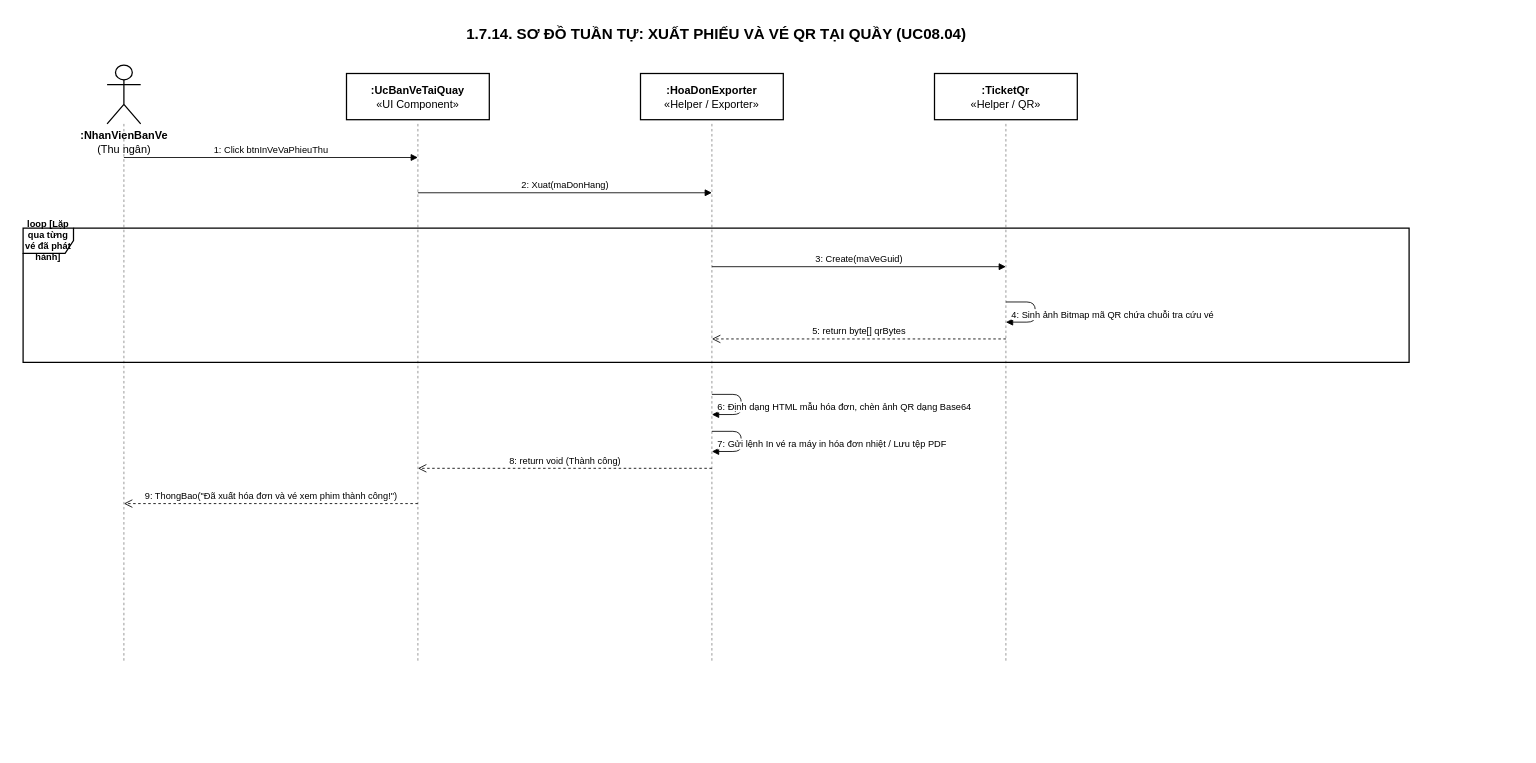
ThanhDat-png/YeuMinhEmCinema keeps this draw.io diagram as Docs/Diagrams/23-Sequence-14-XuatPhieuVaQrQuay.drawio. Above is the earlier version. Source tidied: cells renumbered, new cells numbered last; positions are measured from the earlier drawing's top-left corner, leaving out a move shared by most shapes. Both pictures are drawn from the tidied source at 84%, with x=0, y=0 at pixel (23, 18).
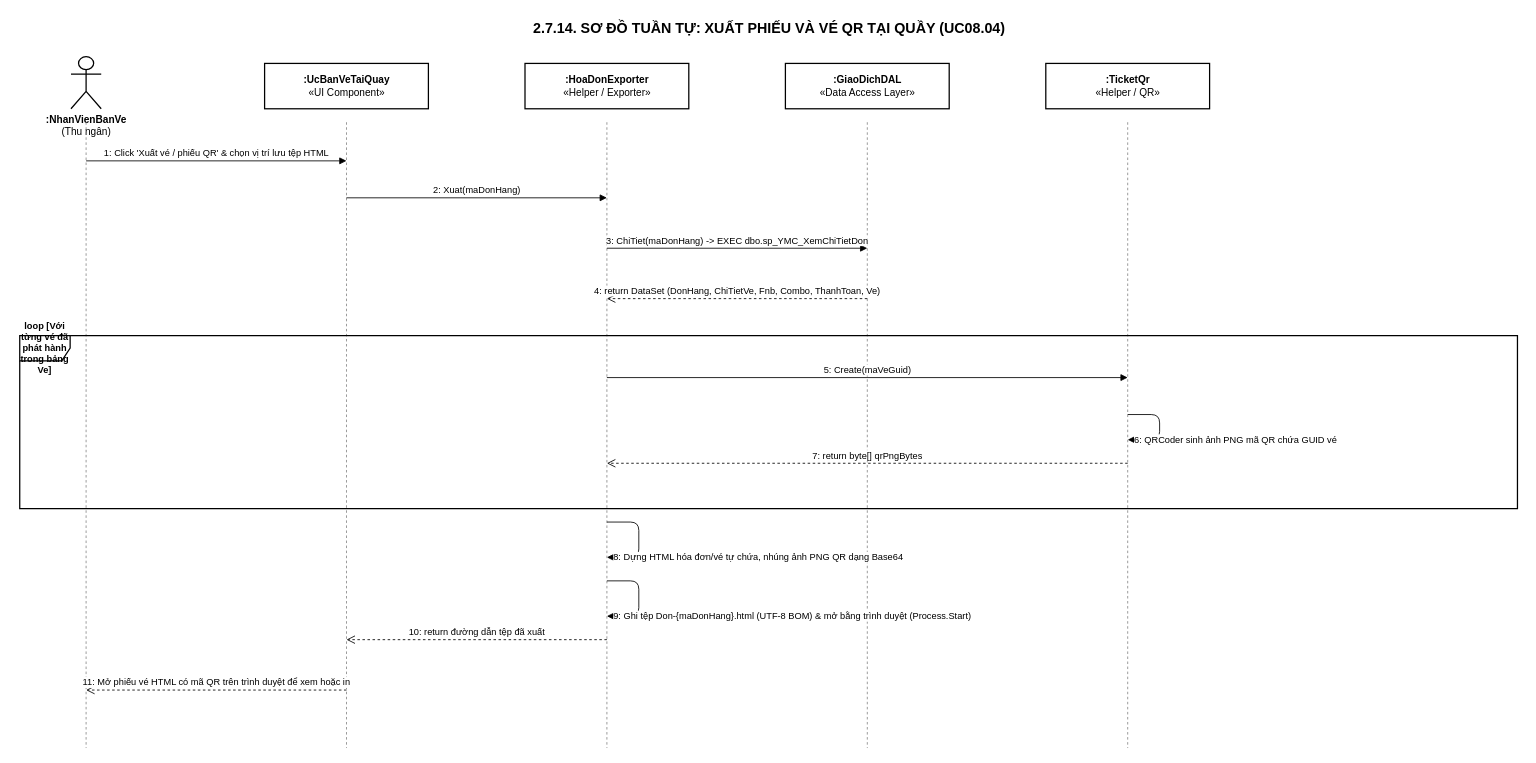
Above is the later version.

What changed in the source:
```diff
@@
-    <mxCell id="2" value="1.7.14. SƠ ĐỒ TUẦN TỰ: XUẤT PHIẾU VÀ VÉ QR TẠI QUẦY (UC08.04)" style="text;html=1;align=center;verticalAlign=middle;fontFamily=Arial;fontSize=18;fontStyle=1;fontColor=#000000;fillColor=none;strokeColor=none;" parent="1" vertex="1">
-      <mxGeometry x="10" width="1630" height="35" as="geometry" />
+    <mxCell id="2" value="2.7.14. SƠ ĐỒ TUẦN TỰ: XUẤT PHIẾU VÀ VÉ QR TẠI QUẦY (UC08.04)" style="text;html=1;align=center;verticalAlign=middle;fontFamily=Arial;fontSize=17;fontStyle=1;fontColor=#000000;fillColor=none;strokeColor=none;" parent="1" vertex="1">
+      <mxGeometry x="-10" y="-5" width="1795" height="34" as="geometry" />
     </mxCell>
-    <mxCell id="3" value="&lt;b&gt;:NhanVienBanVe&lt;/b&gt;&lt;br&gt;(Thu ngân)" style="shape=umlActor;verticalLabelPosition=bottom;verticalAlign=top;html=1;fontFamily=Arial;fontSize=13;fontColor=#000000;strokeColor=#000000;strokeWidth=1.5;fillColor=#ffffff;" parent="1" vertex="1">
-      <mxGeometry x="100" y="55" width="40" height="70" as="geometry" />
+    <mxCell id="3" value="&lt;b&gt;:NhanVienBanVe&lt;/b&gt;&lt;br&gt;(Thu ngân)" style="shape=umlActor;verticalLabelPosition=bottom;verticalAlign=top;html=1;fontFamily=Arial;fontSize=12;fontColor=#000000;strokeColor=#000000;strokeWidth=1.5;fillColor=#ffffff;" parent="1" vertex="1">
+      <mxGeometry x="57" y="45" width="36" height="62" as="geometry" />
     </mxCell>
-    <mxCell id="4" style="line;strokeWidth=1;dashed=1;labelPosition=top;verticalLabelPosition=bottom;align=center;verticalAlign=top;strokeColor=#888888;direction=south;" parent="1" vertex="1">
-      <mxGeometry x="115" y="125" width="10" height="640" as="geometry" />
-    </mxCell>
+    <mxCell id="21" style="line;strokeWidth=1;dashed=1;strokeColor=#888888;direction=south;" parent="1" vertex="1">
+      <mxGeometry x="70" y="123" width="10" height="745" as="geometry" />
+    </mxCell>
-    <mxCell id="5" value="&lt;b&gt;:UcBanVeTaiQuay&lt;/b&gt;&lt;br&gt;«UI Component»" style="rounded=0;whiteSpace=wrap;html=1;fontFamily=Arial;fontSize=13;fillColor=#ffffff;strokeColor=#000000;strokeWidth=1.5;fontColor=#000000;" parent="1" vertex="1">
-      <mxGeometry x="385" y="65" width="170" height="55" as="geometry" />
+    <mxCell id="5" value="&lt;b&gt;:UcBanVeTaiQuay&lt;/b&gt;&lt;br&gt;«UI Component»" style="rounded=0;whiteSpace=wrap;html=1;fontFamily=Arial;fontSize=12;fillColor=#ffffff;strokeColor=#000000;strokeWidth=1.5;fontColor=#000000;" parent="1" vertex="1">
+      <mxGeometry x="287.5" y="53" width="195" height="54" as="geometry" />
     </mxCell>
-    <mxCell id="6" style="line;strokeWidth=1;dashed=1;labelPosition=top;verticalLabelPosition=bottom;align=center;verticalAlign=top;strokeColor=#888888;direction=south;" parent="1" vertex="1">
-      <mxGeometry x="465" y="125" width="10" height="640" as="geometry" />
-    </mxCell>
+    <mxCell id="22" style="line;strokeWidth=1;dashed=1;strokeColor=#888888;direction=south;" parent="1" vertex="1">
+      <mxGeometry x="380" y="123" width="10" height="745" as="geometry" />
+    </mxCell>
-    <mxCell id="7" value="&lt;b&gt;:HoaDonExporter&lt;/b&gt;&lt;br&gt;«Helper / Exporter»" style="rounded=0;whiteSpace=wrap;html=1;fontFamily=Arial;fontSize=13;fillColor=#ffffff;strokeColor=#000000;strokeWidth=1.5;fontColor=#000000;" parent="1" vertex="1">
-      <mxGeometry x="735" y="65" width="170" height="55" as="geometry" />
+    <mxCell id="7" value="&lt;b&gt;:HoaDonExporter&lt;/b&gt;&lt;br&gt;«Helper / Exporter»" style="rounded=0;whiteSpace=wrap;html=1;fontFamily=Arial;fontSize=12;fillColor=#ffffff;strokeColor=#000000;strokeWidth=1.5;fontColor=#000000;" parent="1" vertex="1">
+      <mxGeometry x="597.5" y="53" width="195" height="54" as="geometry" />
     </mxCell>
-    <mxCell id="8" style="line;strokeWidth=1;dashed=1;labelPosition=top;verticalLabelPosition=bottom;align=center;verticalAlign=top;strokeColor=#888888;direction=south;" parent="1" vertex="1">
-      <mxGeometry x="815" y="125" width="10" height="640" as="geometry" />
-    </mxCell>
+    <mxCell id="23" style="line;strokeWidth=1;dashed=1;strokeColor=#888888;direction=south;" parent="1" vertex="1">
+      <mxGeometry x="690" y="123" width="10" height="745" as="geometry" />
+    </mxCell>
+    <mxCell id="24" value="&lt;b&gt;:GiaoDichDAL&lt;/b&gt;&lt;br&gt;«Data Access Layer»" style="rounded=0;whiteSpace=wrap;html=1;fontFamily=Arial;fontSize=12;fillColor=#ffffff;strokeColor=#000000;strokeWidth=1.5;fontColor=#000000;" parent="1" vertex="1">
+      <mxGeometry x="907.5" y="53" width="195" height="54" as="geometry" />
+    </mxCell>
+    <mxCell id="25" style="line;strokeWidth=1;dashed=1;strokeColor=#888888;direction=south;" parent="1" vertex="1">
+      <mxGeometry x="1000" y="123" width="10" height="745" as="geometry" />
+    </mxCell>
-    <mxCell id="9" value="&lt;b&gt;:TicketQr&lt;/b&gt;&lt;br&gt;«Helper / QR»" style="rounded=0;whiteSpace=wrap;html=1;fontFamily=Arial;fontSize=13;fillColor=#ffffff;strokeColor=#000000;strokeWidth=1.5;fontColor=#000000;" parent="1" vertex="1">
-      <mxGeometry x="1085" y="65" width="170" height="55" as="geometry" />
+    <mxCell id="9" value="&lt;b&gt;:TicketQr&lt;/b&gt;&lt;br&gt;«Helper / QR»" style="rounded=0;whiteSpace=wrap;html=1;fontFamily=Arial;fontSize=12;fillColor=#ffffff;strokeColor=#000000;strokeWidth=1.5;fontColor=#000000;" parent="1" vertex="1">
+      <mxGeometry x="1217.5" y="53" width="195" height="54" as="geometry" />
     </mxCell>
-    <mxCell id="10" style="line;strokeWidth=1;dashed=1;labelPosition=top;verticalLabelPosition=bottom;align=center;verticalAlign=top;strokeColor=#888888;direction=south;" parent="1" vertex="1">
-      <mxGeometry x="1165" y="125" width="10" height="640" as="geometry" />
-    </mxCell>
-    <mxCell id="11" value="1: Click btnInVeVaPhieuThu" style="html=1;verticalAlign=bottom;endArrow=block;strokeColor=#000000;fontFamily=Arial;fontSize=11;fontColor=#000000;" parent="1" edge="1">
-      <mxGeometry relative="1" as="geometry">
-        <mxPoint x="120" y="165" as="sourcePoint" />
-        <mxPoint x="470" y="165" as="targetPoint" />
-      </mxGeometry>
-    </mxCell>
+    <mxCell id="26" style="line;strokeWidth=1;dashed=1;strokeColor=#888888;direction=south;" parent="1" vertex="1">
+      <mxGeometry x="1310" y="123" width="10" height="745" as="geometry" />
+    </mxCell>
-    <mxCell id="12" value="2: Xuat(maDonHang)" style="html=1;verticalAlign=bottom;endArrow=block;strokeColor=#000000;fontFamily=Arial;fontSize=11;fontColor=#000000;" parent="1" edge="1">
+    <mxCell id="12" value="1: Click 'Xuất vé / phiếu QR' &amp; chọn vị trí lưu tệp HTML" style="html=1;verticalAlign=bottom;endArrow=block;strokeColor=#000000;fontFamily=Arial;fontSize=11;fontColor=#000000;" parent="1" edge="1">
       <mxGeometry relative="1" as="geometry">
-        <mxPoint x="470" y="207" as="sourcePoint" />
-        <mxPoint x="820" y="207" as="targetPoint" />
+        <mxPoint x="75" y="169" as="sourcePoint" />
+        <mxPoint x="385" y="169" as="targetPoint" />
       </mxGeometry>
     </mxCell>
-    <mxCell id="13" value="loop [Lặp qua từng vé đã phát hành]" style="shape=umlFrame;whiteSpace=wrap;html=1;fontFamily=Arial;fontSize=11;fontStyle=1;fillColor=none;strokeColor=#000000;strokeWidth=1.5;fontColor=#000000;" parent="1" vertex="1">
-      <mxGeometry y="249" width="1650" height="160" as="geometry" />
-    </mxCell>
+    <mxCell id="27" value="2: Xuat(maDonHang)" style="html=1;verticalAlign=bottom;endArrow=block;strokeColor=#000000;fontFamily=Arial;fontSize=11;fontColor=#000000;" parent="1" edge="1">
+      <mxGeometry relative="1" as="geometry">
+        <mxPoint x="385" y="213" as="sourcePoint" />
+        <mxPoint x="695" y="213" as="targetPoint" />
+      </mxGeometry>
+    </mxCell>
-    <mxCell id="14" value="3: Create(maVeGuid)" style="html=1;verticalAlign=bottom;endArrow=block;strokeColor=#000000;fontFamily=Arial;fontSize=11;fontColor=#000000;" parent="1" edge="1">
+    <mxCell id="14" value="3: ChiTiet(maDonHang) -&gt; EXEC dbo.sp_YMC_XemChiTietDon" style="html=1;verticalAlign=bottom;endArrow=block;strokeColor=#000000;fontFamily=Arial;fontSize=11;fontColor=#000000;" parent="1" edge="1">
       <mxGeometry relative="1" as="geometry">
-        <mxPoint x="820" y="295" as="sourcePoint" />
-        <mxPoint x="1170" y="295" as="targetPoint" />
+        <mxPoint x="695" y="273" as="sourcePoint" />
+        <mxPoint x="1005" y="273" as="targetPoint" />
       </mxGeometry>
     </mxCell>
-    <mxCell id="15" value="4: Sinh ảnh Bitmap mã QR chứa chuỗi tra cứu vé" style="edgeStyle=orthogonalEdgeStyle;html=1;align=left;spacingLeft=5;verticalAlign=bottom;endArrow=block;strokeColor=#000000;fontFamily=Arial;fontSize=11;fontColor=#000000;" parent="1" edge="1">
-      <mxGeometry x="1" relative="1" as="geometry">
-        <mxPoint x="1170" y="337" as="sourcePoint" />
-        <mxPoint x="1170" y="361" as="targetPoint" />
-        <Array as="points">
-          <mxPoint x="1205" y="337" />
-          <mxPoint x="1205" y="361" />
-        </Array>
+    <mxCell id="15" value="4: return DataSet (DonHang, ChiTietVe, Fnb, Combo, ThanhToan, Ve)" style="html=1;verticalAlign=bottom;endArrow=open;dashed=1;endSize=8;strokeColor=#000000;fontFamily=Arial;fontSize=11;fontColor=#000000;" parent="1" edge="1">
+      <mxGeometry relative="1" as="geometry">
+        <mxPoint x="1005" y="333" as="sourcePoint" />
+        <mxPoint x="695" y="333" as="targetPoint" />
       </mxGeometry>
     </mxCell>
-    <mxCell id="16" value="5: return byte[] qrBytes" style="html=1;verticalAlign=bottom;endArrow=open;dashed=1;endSize=8;strokeColor=#000000;fontFamily=Arial;fontSize=11;fontColor=#000000;" parent="1" edge="1">
-      <mxGeometry relative="1" as="geometry">
-        <mxPoint x="1170" y="381" as="sourcePoint" />
-        <mxPoint x="820" y="381" as="targetPoint" />
-      </mxGeometry>
-    </mxCell>
+    <mxCell id="28" value="loop [Với từng vé đã phát hành trong bảng Ve]" style="shape=umlFrame;whiteSpace=wrap;html=1;fontFamily=Arial;fontSize=11;fontStyle=1;fillColor=none;strokeColor=#000000;strokeWidth=1.5;fontColor=#000000;" parent="1" vertex="1">
+      <mxGeometry x="-4" y="377" width="1783" height="206" as="geometry" />
+    </mxCell>
-    <mxCell id="17" value="6: Định dạng HTML mẫu hóa đơn, chèn ảnh QR dạng Base64" style="edgeStyle=orthogonalEdgeStyle;html=1;align=left;spacingLeft=5;verticalAlign=bottom;endArrow=block;strokeColor=#000000;fontFamily=Arial;fontSize=11;fontColor=#000000;" parent="1" edge="1">
-      <mxGeometry x="1" relative="1" as="geometry">
-        <mxPoint x="820" y="447" as="sourcePoint" />
-        <mxPoint x="820" y="471" as="targetPoint" />
-        <Array as="points">
-          <mxPoint x="855" y="447" />
-          <mxPoint x="855" y="471" />
-        </Array>
+    <mxCell id="17" value="5: Create(maVeGuid)" style="html=1;verticalAlign=bottom;endArrow=block;strokeColor=#000000;fontFamily=Arial;fontSize=11;fontColor=#000000;" parent="1" edge="1">
+      <mxGeometry relative="1" as="geometry">
+        <mxPoint x="695" y="427" as="sourcePoint" />
+        <mxPoint x="1315" y="427" as="targetPoint" />
       </mxGeometry>
     </mxCell>
-    <mxCell id="18" value="7: Gửi lệnh In vé ra máy in hóa đơn nhiệt / Lưu tệp PDF" style="edgeStyle=orthogonalEdgeStyle;html=1;align=left;spacingLeft=5;verticalAlign=bottom;endArrow=block;strokeColor=#000000;fontFamily=Arial;fontSize=11;fontColor=#000000;" parent="1" edge="1">
+    <mxCell id="18" value="6: QRCoder sinh ảnh PNG mã QR chứa GUID vé" style="edgeStyle=orthogonalEdgeStyle;html=1;align=left;spacingLeft=6;verticalAlign=middle;endArrow=block;strokeColor=#000000;fontFamily=Arial;fontSize=11;fontColor=#000000;" parent="1" edge="1">
       <mxGeometry x="1" relative="1" as="geometry">
-        <mxPoint x="820" y="491" as="sourcePoint" />
-        <mxPoint x="820" y="515" as="targetPoint" />
+        <mxPoint x="1315" y="471" as="sourcePoint" />
+        <mxPoint x="1315" y="501" as="targetPoint" />
         <Array as="points">
-          <mxPoint x="855" y="491" />
-          <mxPoint x="855" y="515" />
+          <mxPoint x="1353" y="471" />
+          <mxPoint x="1353" y="501" />
         </Array>
       </mxGeometry>
     </mxCell>
-    <mxCell id="19" value="8: return void (Thành công)" style="html=1;verticalAlign=bottom;endArrow=open;dashed=1;endSize=8;strokeColor=#000000;fontFamily=Arial;fontSize=11;fontColor=#000000;" parent="1" edge="1">
+    <mxCell id="19" value="7: return byte[] qrPngBytes" style="html=1;verticalAlign=bottom;endArrow=open;dashed=1;endSize=8;strokeColor=#000000;fontFamily=Arial;fontSize=11;fontColor=#000000;" parent="1" edge="1">
       <mxGeometry relative="1" as="geometry">
-        <mxPoint x="820" y="535" as="sourcePoint" />
-        <mxPoint x="470" y="535" as="targetPoint" />
+        <mxPoint x="1315" y="529" as="sourcePoint" />
+        <mxPoint x="695" y="529" as="targetPoint" />
       </mxGeometry>
     </mxCell>
-    <mxCell id="20" value="9: ThongBao(&quot;Đã xuất hóa đơn và vé xem phim thành công!&quot;)" style="html=1;verticalAlign=bottom;endArrow=open;dashed=1;endSize=8;strokeColor=#000000;fontFamily=Arial;fontSize=11;fontColor=#000000;" parent="1" edge="1">
-      <mxGeometry relative="1" as="geometry">
-        <mxPoint x="470" y="577" as="sourcePoint" />
-        <mxPoint x="120" y="577" as="targetPoint" />
+    <mxCell id="20" value="8: Dựng HTML hóa đơn/vé tự chứa, nhúng ảnh PNG QR dạng Base64" style="edgeStyle=orthogonalEdgeStyle;html=1;align=left;spacingLeft=6;verticalAlign=middle;endArrow=block;strokeColor=#000000;fontFamily=Arial;fontSize=11;fontColor=#000000;" parent="1" edge="1">
+      <mxGeometry x="1" relative="1" as="geometry">
+        <mxPoint x="695" y="599" as="sourcePoint" />
+        <mxPoint x="695" y="641" as="targetPoint" />
+        <Array as="points">
+          <mxPoint x="733" y="599" />
+          <mxPoint x="733" y="641" />
+        </Array>
       </mxGeometry>
     </mxCell>
+    <mxCell id="29" value="9: Ghi tệp Don-{maDonHang}.html (UTF-8 BOM) &amp; mở bằng trình duyệt (Process.Start)" style="edgeStyle=orthogonalEdgeStyle;html=1;align=left;spacingLeft=6;verticalAlign=middle;endArrow=block;strokeColor=#000000;fontFamily=Arial;fontSize=11;fontColor=#000000;" parent="1" edge="1">
+      <mxGeometry x="1" relative="1" as="geometry">
+        <mxPoint x="695" y="669" as="sourcePoint" />
+        <mxPoint x="695" y="711" as="targetPoint" />
+        <Array as="points">
+          <mxPoint x="733" y="669" />
+          <mxPoint x="733" y="711" />
+        </Array>
+      </mxGeometry>
+    </mxCell>
+    <mxCell id="30" value="10: return đường dẫn tệp đã xuất" style="html=1;verticalAlign=bottom;endArrow=open;dashed=1;endSize=8;strokeColor=#000000;fontFamily=Arial;fontSize=11;fontColor=#000000;" parent="1" edge="1">
+      <mxGeometry relative="1" as="geometry">
+        <mxPoint x="695" y="739" as="sourcePoint" />
+        <mxPoint x="385" y="739" as="targetPoint" />
+      </mxGeometry>
+    </mxCell>
+    <mxCell id="31" value="11: Mở phiếu vé HTML có mã QR trên trình duyệt để xem hoặc in" style="html=1;verticalAlign=bottom;endArrow=open;dashed=1;endSize=8;strokeColor=#000000;fontFamily=Arial;fontSize=11;fontColor=#000000;" parent="1" edge="1">
+      <mxGeometry relative="1" as="geometry">
+        <mxPoint x="385" y="799" as="sourcePoint" />
+        <mxPoint x="75" y="799" as="targetPoint" />
+      </mxGeometry>
+    </mxCell>
```
